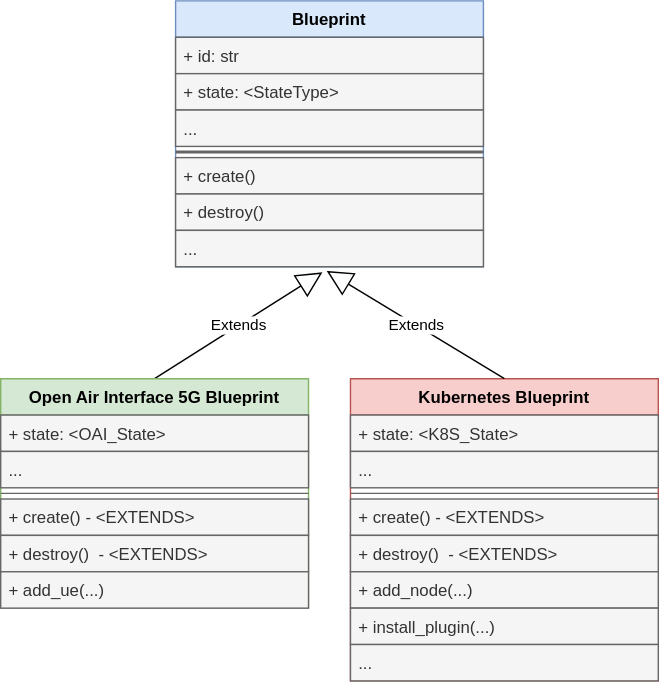
This is docs/images/NVFCL-diagrams-Blue-Heritage.drawio.svg from s2n-cnit/nfvcl-ng, a draw.io export, as it was before one commit. Source tidied: cells renumbered, new cells last; positions are measured from the earlier drawing's top-left corner, leaving out a move shared by most shapes.
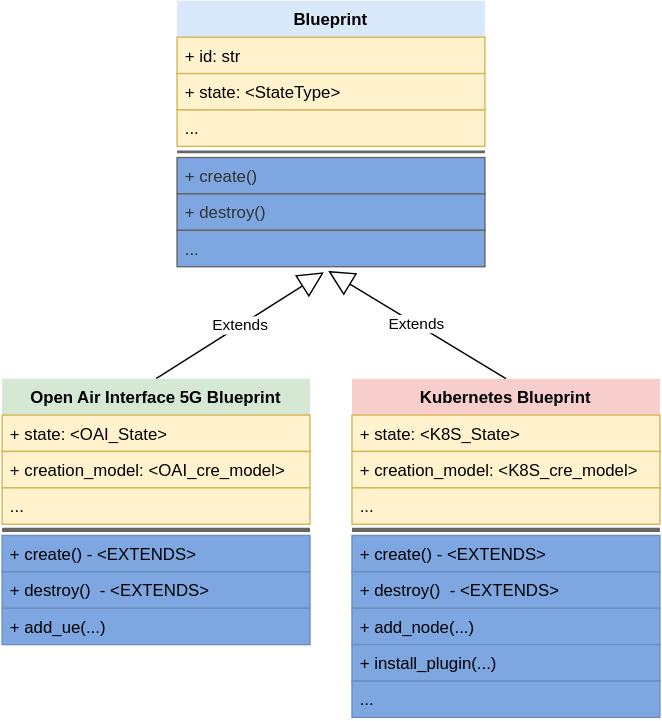
After the change.

The edit, as a diff of the source:
```diff
@@ -2,80 +2,86 @@
   <root>
     <mxCell id="0" />
     <mxCell id="1" parent="0" />
-    <mxCell id="2" value="Blueprint" style="swimlane;fontStyle=1;align=center;verticalAlign=top;horizontal=1;startSize=26;whiteSpace=wrap;html=1;fillColor=#dae8fc;strokeColor=#6c8ebf;gradientColor=none;" parent="1" vertex="1">
+    <mxCell id="2" value="Blueprint" style="swimlane;fontStyle=1;align=center;verticalAlign=top;horizontal=1;startSize=26;whiteSpace=wrap;html=1;fillColor=#dae8fc;strokeColor=none;gradientColor=none;" parent="1" vertex="1">
       <mxGeometry x="125" width="220" height="190" as="geometry" />
     </mxCell>
-    <mxCell id="3" value="+ id: str" style="text;strokeColor=#666666;fillColor=#f5f5f5;align=left;verticalAlign=top;spacingLeft=4;spacingRight=4;overflow=hidden;whiteSpace=wrap;html=1;fontColor=#333333;" parent="2" vertex="1">
+    <mxCell id="3" value="+ id: str" style="text;strokeColor=#d6b656;fillColor=#fff2cc;align=left;verticalAlign=top;spacingLeft=4;spacingRight=4;overflow=hidden;whiteSpace=wrap;html=1;" parent="2" vertex="1">
       <mxGeometry y="26" width="220" height="26" as="geometry" />
     </mxCell>
-    <mxCell id="4" value="+ state: &amp;lt;StateType&amp;gt;" style="text;strokeColor=#666666;fillColor=#f5f5f5;align=left;verticalAlign=top;spacingLeft=4;spacingRight=4;overflow=hidden;whiteSpace=wrap;html=1;fontColor=#333333;" parent="2" vertex="1">
+    <mxCell id="4" value="+ state: &amp;lt;StateType&amp;gt;" style="text;strokeColor=#d6b656;fillColor=#fff2cc;align=left;verticalAlign=top;spacingLeft=4;spacingRight=4;overflow=hidden;whiteSpace=wrap;html=1;" parent="2" vertex="1">
       <mxGeometry y="52" width="220" height="26" as="geometry" />
     </mxCell>
-    <mxCell id="5" value="..." style="text;strokeColor=#666666;fillColor=#f5f5f5;align=left;verticalAlign=top;spacingLeft=4;spacingRight=4;overflow=hidden;whiteSpace=wrap;html=1;fontColor=#333333;" parent="2" vertex="1">
+    <mxCell id="5" value="..." style="text;strokeColor=#d6b656;fillColor=#fff2cc;align=left;verticalAlign=top;spacingLeft=4;spacingRight=4;overflow=hidden;whiteSpace=wrap;html=1;" parent="2" vertex="1">
       <mxGeometry y="78" width="220" height="26" as="geometry" />
     </mxCell>
     <mxCell id="6" style="line;strokeWidth=2;fillColor=#f5f5f5;align=left;verticalAlign=middle;spacingTop=-1;spacingLeft=3;spacingRight=3;labelPosition=right;strokeColor=#666666;fontColor=#333333;" parent="2" vertex="1">
       <mxGeometry y="104" width="220" height="8" as="geometry" />
     </mxCell>
-    <mxCell id="7" value="+ create()" style="text;strokeColor=#666666;fillColor=#f5f5f5;align=left;verticalAlign=top;spacingLeft=4;spacingRight=4;overflow=hidden;whiteSpace=wrap;html=1;fontColor=#333333;" parent="2" vertex="1">
+    <mxCell id="7" value="+ create()" style="text;strokeColor=#666666;fillColor=#7EA6E0;align=left;verticalAlign=top;spacingLeft=4;spacingRight=4;overflow=hidden;whiteSpace=wrap;html=1;fontColor=#333333;" parent="2" vertex="1">
       <mxGeometry y="112" width="220" height="26" as="geometry" />
     </mxCell>
-    <mxCell id="8" value="+ destroy()&amp;nbsp;" style="text;strokeColor=#666666;fillColor=#f5f5f5;align=left;verticalAlign=top;spacingLeft=4;spacingRight=4;overflow=hidden;whiteSpace=wrap;html=1;fontColor=#333333;" parent="2" vertex="1">
+    <mxCell id="8" value="+ destroy()&amp;nbsp;" style="text;strokeColor=#666666;fillColor=#7EA6E0;align=left;verticalAlign=top;spacingLeft=4;spacingRight=4;overflow=hidden;whiteSpace=wrap;html=1;fontColor=#333333;" parent="2" vertex="1">
       <mxGeometry y="138" width="220" height="26" as="geometry" />
     </mxCell>
-    <mxCell id="9" value="..." style="text;strokeColor=#666666;fillColor=#f5f5f5;align=left;verticalAlign=top;spacingLeft=4;spacingRight=4;overflow=hidden;points=[[0,0.5],[1,0.5]];portConstraint=eastwest;whiteSpace=wrap;html=1;fontColor=#333333;" parent="2" vertex="1">
+    <mxCell id="9" value="..." style="text;strokeColor=#666666;fillColor=#7EA6E0;align=left;verticalAlign=top;spacingLeft=4;spacingRight=4;overflow=hidden;points=[[0,0.5],[1,0.5]];portConstraint=eastwest;whiteSpace=wrap;html=1;fontColor=#333333;" parent="2" vertex="1">
       <mxGeometry y="164" width="220" height="26" as="geometry" />
     </mxCell>
     <mxCell id="10" value="Extends" style="endArrow=block;endSize=16;endFill=0;html=1;rounded=0;entryX=0.477;entryY=1.154;entryDx=0;entryDy=0;entryPerimeter=0;exitX=0.5;exitY=0;exitDx=0;exitDy=0;" parent="1" edge="1" source="11" target="9">
       <mxGeometry relative="1" as="geometry" />
     </mxCell>
-    <mxCell id="11" value="Open Air Interface 5G Blueprint" style="swimlane;fontStyle=1;align=center;verticalAlign=top;horizontal=1;startSize=26;whiteSpace=wrap;html=1;fillColor=#d5e8d4;strokeColor=#82b366;" parent="1" vertex="1">
-      <mxGeometry y="270" width="220" height="164" as="geometry" />
+    <mxCell id="11" value="Open Air Interface 5G Blueprint" style="swimlane;fontStyle=1;align=center;verticalAlign=top;horizontal=1;startSize=26;whiteSpace=wrap;html=1;fillColor=#d5e8d4;strokeColor=none;" parent="1" vertex="1">
+      <mxGeometry y="270" width="220" height="190" as="geometry" />
     </mxCell>
-    <mxCell id="12" value="+ state: &amp;lt;OAI_State&amp;gt;" style="text;strokeColor=#666666;fillColor=#f5f5f5;align=left;verticalAlign=top;spacingLeft=4;spacingRight=4;overflow=hidden;whiteSpace=wrap;html=1;fontColor=#333333;" parent="11" vertex="1">
+    <mxCell id="12" value="+ state: &amp;lt;OAI_State&amp;gt;" style="text;strokeColor=#d6b656;fillColor=#fff2cc;align=left;verticalAlign=top;spacingLeft=4;spacingRight=4;overflow=hidden;whiteSpace=wrap;html=1;" parent="11" vertex="1">
       <mxGeometry y="26" width="220" height="26" as="geometry" />
     </mxCell>
+    <mxCell id="28" value="+ creation_model: &amp;lt;OAI_cre_model&amp;gt;" style="text;strokeColor=#d6b656;fillColor=#fff2cc;align=left;verticalAlign=top;spacingLeft=4;spacingRight=4;overflow=hidden;whiteSpace=wrap;html=1;" parent="11" vertex="1">
+      <mxGeometry y="52" width="220" height="26" as="geometry" />
+    </mxCell>
-    <mxCell id="13" value="..." style="text;strokeColor=#666666;fillColor=#f5f5f5;align=left;verticalAlign=top;spacingLeft=4;spacingRight=4;overflow=hidden;whiteSpace=wrap;html=1;fontColor=#333333;" parent="11" vertex="1">
-      <mxGeometry y="52" width="220" height="26" as="geometry" />
+    <mxCell id="13" value="..." style="text;strokeColor=#d6b656;fillColor=#fff2cc;align=left;verticalAlign=top;spacingLeft=4;spacingRight=4;overflow=hidden;whiteSpace=wrap;html=1;" parent="11" vertex="1">
+      <mxGeometry y="78" width="220" height="26" as="geometry" />
     </mxCell>
-    <mxCell id="14" style="line;strokeWidth=1;fillColor=#f5f5f5;align=left;verticalAlign=middle;spacingTop=-1;spacingLeft=3;spacingRight=3;labelPosition=right;strokeColor=#666666;fontColor=#333333;" parent="11" vertex="1">
-      <mxGeometry y="78" width="220" height="8" as="geometry" />
+    <mxCell id="14" style="line;strokeWidth=3;fillColor=#f5f5f5;align=left;verticalAlign=middle;spacingTop=-1;spacingLeft=3;spacingRight=3;labelPosition=right;strokeColor=#666666;fontColor=#333333;" parent="11" vertex="1">
+      <mxGeometry y="104" width="220" height="8" as="geometry" />
     </mxCell>
-    <mxCell id="15" value="+ create() - &amp;lt;EXTENDS&amp;gt;" style="text;strokeColor=#666666;fillColor=#f5f5f5;align=left;verticalAlign=top;spacingLeft=4;spacingRight=4;overflow=hidden;whiteSpace=wrap;html=1;fontColor=#333333;" parent="11" vertex="1">
-      <mxGeometry y="86" width="220" height="26" as="geometry" />
+    <mxCell id="15" value="+ create() - &amp;lt;EXTENDS&amp;gt;" style="text;strokeColor=#6c8ebf;fillColor=#7EA6E0;align=left;verticalAlign=top;spacingLeft=4;spacingRight=4;overflow=hidden;whiteSpace=wrap;html=1;" parent="11" vertex="1">
+      <mxGeometry y="112" width="220" height="26" as="geometry" />
     </mxCell>
-    <mxCell id="16" value="+ destroy()&amp;nbsp; - &amp;lt;EXTENDS&amp;gt;" style="text;strokeColor=#666666;fillColor=#f5f5f5;align=left;verticalAlign=top;spacingLeft=4;spacingRight=4;overflow=hidden;whiteSpace=wrap;html=1;fontColor=#333333;" parent="11" vertex="1">
-      <mxGeometry y="112" width="220" height="26" as="geometry" />
+    <mxCell id="16" value="+ destroy()&amp;nbsp; - &amp;lt;EXTENDS&amp;gt;" style="text;strokeColor=#6c8ebf;fillColor=#7EA6E0;align=left;verticalAlign=top;spacingLeft=4;spacingRight=4;overflow=hidden;whiteSpace=wrap;html=1;" parent="11" vertex="1">
+      <mxGeometry y="138" width="220" height="26" as="geometry" />
     </mxCell>
-    <mxCell id="17" value="+ add_ue(...)" style="text;strokeColor=#666666;fillColor=#f5f5f5;align=left;verticalAlign=top;spacingLeft=4;spacingRight=4;overflow=hidden;whiteSpace=wrap;html=1;fontColor=#333333;" parent="11" vertex="1">
-      <mxGeometry y="138" width="220" height="26" as="geometry" />
+    <mxCell id="17" value="+ add_ue(...)" style="text;strokeColor=#6c8ebf;fillColor=#7EA6E0;align=left;verticalAlign=top;spacingLeft=4;spacingRight=4;overflow=hidden;whiteSpace=wrap;html=1;" parent="11" vertex="1">
+      <mxGeometry y="164" width="220" height="26" as="geometry" />
     </mxCell>
-    <mxCell id="18" value="Kubernetes Blueprint" style="swimlane;fontStyle=1;align=center;verticalAlign=top;horizontal=1;startSize=26;whiteSpace=wrap;html=1;fillColor=#f8cecc;strokeColor=#b85450;" parent="1" vertex="1">
-      <mxGeometry x="250" y="270" width="220" height="216" as="geometry" />
+    <mxCell id="18" value="Kubernetes Blueprint" style="swimlane;fontStyle=1;align=center;verticalAlign=top;horizontal=1;startSize=26;whiteSpace=wrap;html=1;fillColor=#f8cecc;strokeColor=none;strokeWidth=3;" parent="1" vertex="1">
+      <mxGeometry x="250" y="270" width="220" height="242" as="geometry" />
     </mxCell>
-    <mxCell id="19" value="+ state: &amp;lt;K8S_State&amp;gt;" style="text;strokeColor=#666666;fillColor=#f5f5f5;align=left;verticalAlign=top;spacingLeft=4;spacingRight=4;overflow=hidden;whiteSpace=wrap;html=1;fontColor=#333333;" parent="18" vertex="1">
+    <mxCell id="19" value="+ state: &amp;lt;K8S_State&amp;gt;" style="text;strokeColor=#d6b656;fillColor=#fff2cc;align=left;verticalAlign=top;spacingLeft=4;spacingRight=4;overflow=hidden;whiteSpace=wrap;html=1;" parent="18" vertex="1">
       <mxGeometry y="26" width="220" height="26" as="geometry" />
     </mxCell>
+    <mxCell id="29" value="+ creation_model: &amp;lt;K8S_cre_model&amp;gt;" style="text;strokeColor=#d6b656;fillColor=#fff2cc;align=left;verticalAlign=top;spacingLeft=4;spacingRight=4;overflow=hidden;whiteSpace=wrap;html=1;" parent="18" vertex="1">
+      <mxGeometry y="52" width="220" height="26" as="geometry" />
+    </mxCell>
-    <mxCell id="20" value="..." style="text;strokeColor=#666666;fillColor=#f5f5f5;align=left;verticalAlign=top;spacingLeft=4;spacingRight=4;overflow=hidden;whiteSpace=wrap;html=1;fontColor=#333333;" parent="18" vertex="1">
-      <mxGeometry y="52" width="220" height="26" as="geometry" />
+    <mxCell id="20" value="..." style="text;strokeColor=#d6b656;fillColor=#fff2cc;align=left;verticalAlign=top;spacingLeft=4;spacingRight=4;overflow=hidden;whiteSpace=wrap;html=1;" parent="18" vertex="1">
+      <mxGeometry y="78" width="220" height="26" as="geometry" />
     </mxCell>
-    <mxCell id="21" style="line;strokeWidth=1;fillColor=#f5f5f5;align=left;verticalAlign=middle;spacingTop=-1;spacingLeft=3;spacingRight=3;labelPosition=right;strokeColor=#666666;fontColor=#333333;" parent="18" vertex="1">
-      <mxGeometry y="78" width="220" height="8" as="geometry" />
+    <mxCell id="21" style="line;strokeWidth=3;fillColor=#f5f5f5;align=left;verticalAlign=middle;spacingTop=-1;spacingLeft=3;spacingRight=3;labelPosition=right;strokeColor=#666666;fontColor=#333333;" parent="18" vertex="1">
+      <mxGeometry y="104" width="220" height="8" as="geometry" />
     </mxCell>
-    <mxCell id="22" value="+ create() - &amp;lt;EXTENDS&amp;gt;" style="text;strokeColor=#666666;fillColor=#f5f5f5;align=left;verticalAlign=top;spacingLeft=4;spacingRight=4;overflow=hidden;whiteSpace=wrap;html=1;fontColor=#333333;" parent="18" vertex="1">
-      <mxGeometry y="86" width="220" height="26" as="geometry" />
+    <mxCell id="22" value="+ create() - &amp;lt;EXTENDS&amp;gt;" style="text;strokeColor=#6c8ebf;fillColor=#7EA6E0;align=left;verticalAlign=top;spacingLeft=4;spacingRight=4;overflow=hidden;whiteSpace=wrap;html=1;" parent="18" vertex="1">
+      <mxGeometry y="112" width="220" height="26" as="geometry" />
     </mxCell>
-    <mxCell id="23" value="+ destroy()&amp;nbsp; - &amp;lt;EXTENDS&amp;gt;" style="text;strokeColor=#666666;fillColor=#f5f5f5;align=left;verticalAlign=top;spacingLeft=4;spacingRight=4;overflow=hidden;whiteSpace=wrap;html=1;fontColor=#333333;" parent="18" vertex="1">
-      <mxGeometry y="112" width="220" height="26" as="geometry" />
+    <mxCell id="23" value="+ destroy()&amp;nbsp; - &amp;lt;EXTENDS&amp;gt;" style="text;strokeColor=#6c8ebf;fillColor=#7EA6E0;align=left;verticalAlign=top;spacingLeft=4;spacingRight=4;overflow=hidden;whiteSpace=wrap;html=1;" parent="18" vertex="1">
+      <mxGeometry y="138" width="220" height="26" as="geometry" />
     </mxCell>
-    <mxCell id="24" value="+ add_node(...)" style="text;strokeColor=#666666;fillColor=#f5f5f5;align=left;verticalAlign=top;spacingLeft=4;spacingRight=4;overflow=hidden;whiteSpace=wrap;html=1;fontColor=#333333;" parent="18" vertex="1">
-      <mxGeometry y="138" width="220" height="26" as="geometry" />
+    <mxCell id="24" value="+ add_node(...)" style="text;strokeColor=#6c8ebf;fillColor=#7EA6E0;align=left;verticalAlign=top;spacingLeft=4;spacingRight=4;overflow=hidden;whiteSpace=wrap;html=1;" parent="18" vertex="1">
+      <mxGeometry y="164" width="220" height="26" as="geometry" />
     </mxCell>
-    <mxCell id="25" value="+ install_plugin(...)" style="text;strokeColor=#666666;fillColor=#f5f5f5;align=left;verticalAlign=top;spacingLeft=4;spacingRight=4;overflow=hidden;whiteSpace=wrap;html=1;fontColor=#333333;" parent="18" vertex="1">
-      <mxGeometry y="164" width="220" height="26" as="geometry" />
+    <mxCell id="25" value="+ install_plugin(...)" style="text;strokeColor=#6c8ebf;fillColor=#7EA6E0;align=left;verticalAlign=top;spacingLeft=4;spacingRight=4;overflow=hidden;whiteSpace=wrap;html=1;" parent="18" vertex="1">
+      <mxGeometry y="190" width="220" height="26" as="geometry" />
     </mxCell>
-    <mxCell id="26" value="..." style="text;strokeColor=#666666;fillColor=#f5f5f5;align=left;verticalAlign=top;spacingLeft=4;spacingRight=4;overflow=hidden;whiteSpace=wrap;html=1;fontColor=#333333;" parent="18" vertex="1">
-      <mxGeometry y="190" width="220" height="26" as="geometry" />
+    <mxCell id="26" value="..." style="text;strokeColor=#6c8ebf;fillColor=#7EA6E0;align=left;verticalAlign=top;spacingLeft=4;spacingRight=4;overflow=hidden;whiteSpace=wrap;html=1;" parent="18" vertex="1">
+      <mxGeometry y="216" width="220" height="26" as="geometry" />
     </mxCell>
     <mxCell id="27" value="Extends" style="endArrow=block;endSize=16;endFill=0;html=1;rounded=0;exitX=0.5;exitY=0;exitDx=0;exitDy=0;entryX=0.491;entryY=1.115;entryDx=0;entryDy=0;entryPerimeter=0;" parent="1" edge="1" source="18" target="9">
       <mxGeometry relative="1" as="geometry" />
```
